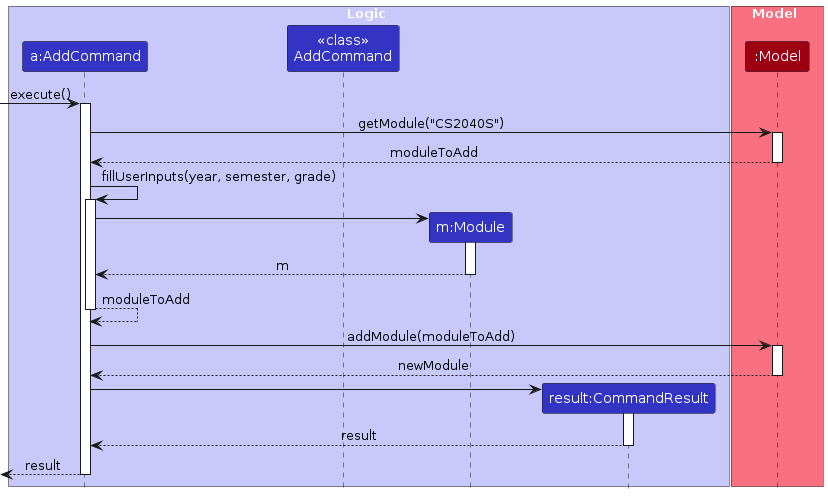
Earlier version of the PlantUML export diagrams/AddExecuteSequenceDiagram.png (ji-just-ji/tp). Its source is kept beside it as diagrams/AddExecuteSequenceDiagram.puml. The source it was exported from:
```plantuml
@startuml
!include style.puml
skinparam ArrowFontStyle plain

box Logic LOGIC_COLOR_T1
participant "a:AddCommand" as AddCommand LOGIC_COLOR
participant "<<class>>\nAddCommand" as AddCommandClass LOGIC_COLOR
participant "m:Module" as Module LOGIC_COLOR
participant "result:CommandResult" as CommandResult LOGIC_COLOR
end box

box Model MODEL_COLOR_T1
participant ":Model" as Model MODEL_COLOR
end box

[-> AddCommand : execute()
activate AddCommand

AddCommand -> Model : getModule("CS2040S")
activate Model

Model --> AddCommand : moduleToAdd
deactivate Model

AddCommand -> AddCommand : fillUserInputs(year, semester, grade)
activate AddCommand

create Module
AddCommand -> Module
activate Module
Module --> AddCommand: m
deactivate Module

AddCommand --> AddCommand: moduleToAdd
deactivate AddCommand

AddCommand -> Model : addModule(moduleToAdd)
activate Model

Model --> AddCommand : newModule
deactivate Model

create CommandResult
AddCommand -> CommandResult
activate CommandResult

CommandResult --> AddCommand : result
deactivate CommandResult

[<-- AddCommand : result
deactivate AddCommand

@enduml
```
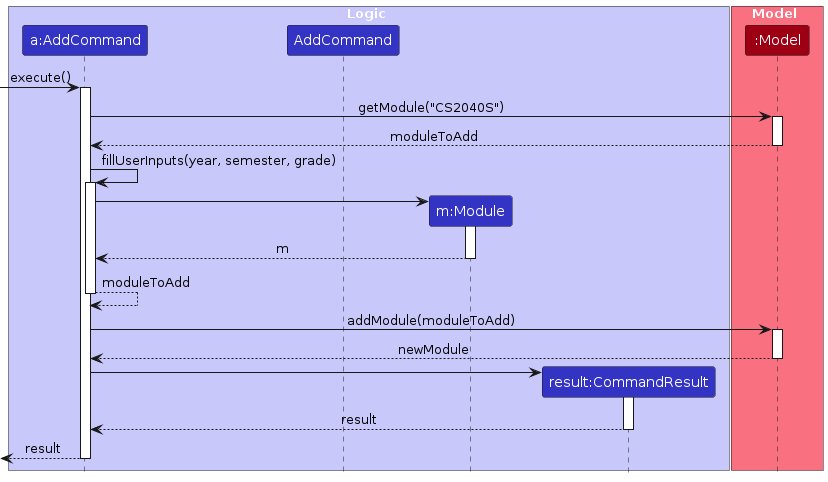
The same file after the commit.

What changed in the source:
```diff
@@ -4,7 +4,7 @@
 
 box Logic LOGIC_COLOR_T1
 participant "a:AddCommand" as AddCommand LOGIC_COLOR
-participant "<<class>>\nAddCommand" as AddCommandClass LOGIC_COLOR
+participant "AddCommand" as AddCommandClass LOGIC_COLOR
 participant "m:Module" as Module LOGIC_COLOR
 participant "result:CommandResult" as CommandResult LOGIC_COLOR
 end box
```
